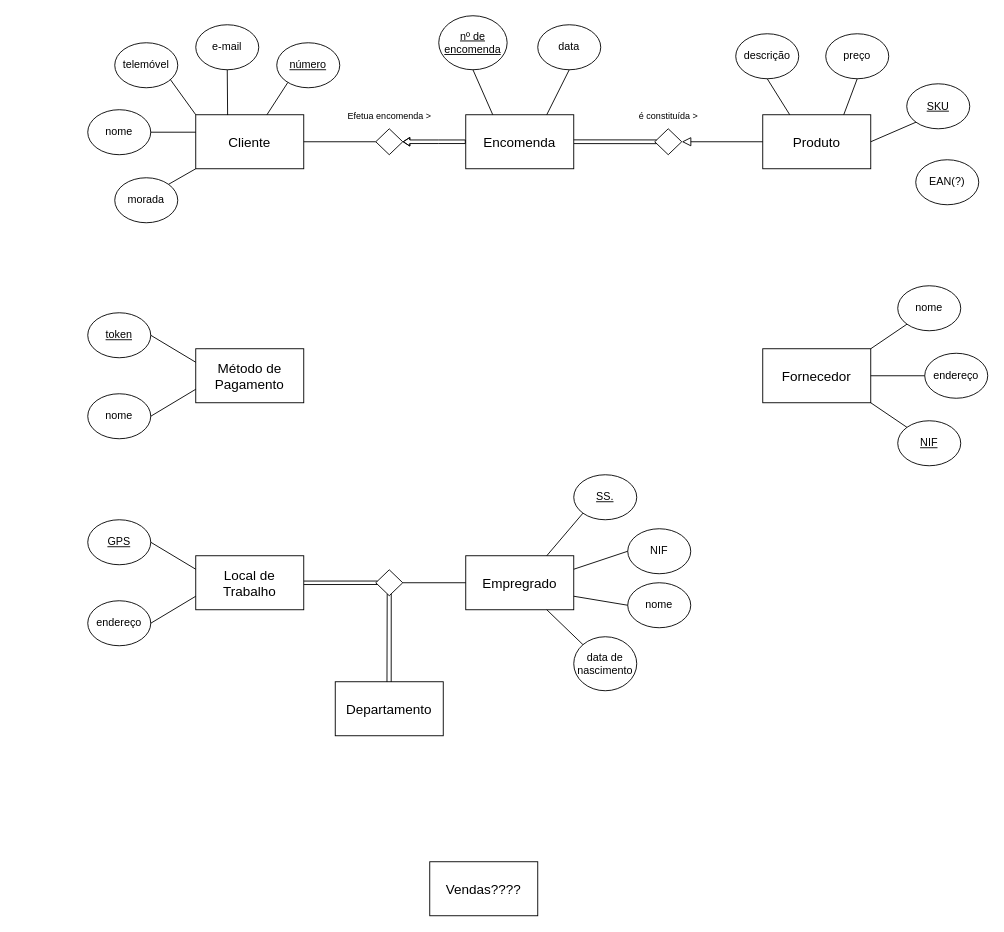
The draw.io diagram Diagrama sem nome.drawio in GreenMemory16/BD-2022-2023, before the edit. Source tidied: cells renumbered, new cells numbered last; positions are measured from the earlier drawing's top-left corner, leaving out a move shared by most shapes. Both pictures are drawn from the tidied source at 90%, with x=0, y=0 at pixel (87, 15).
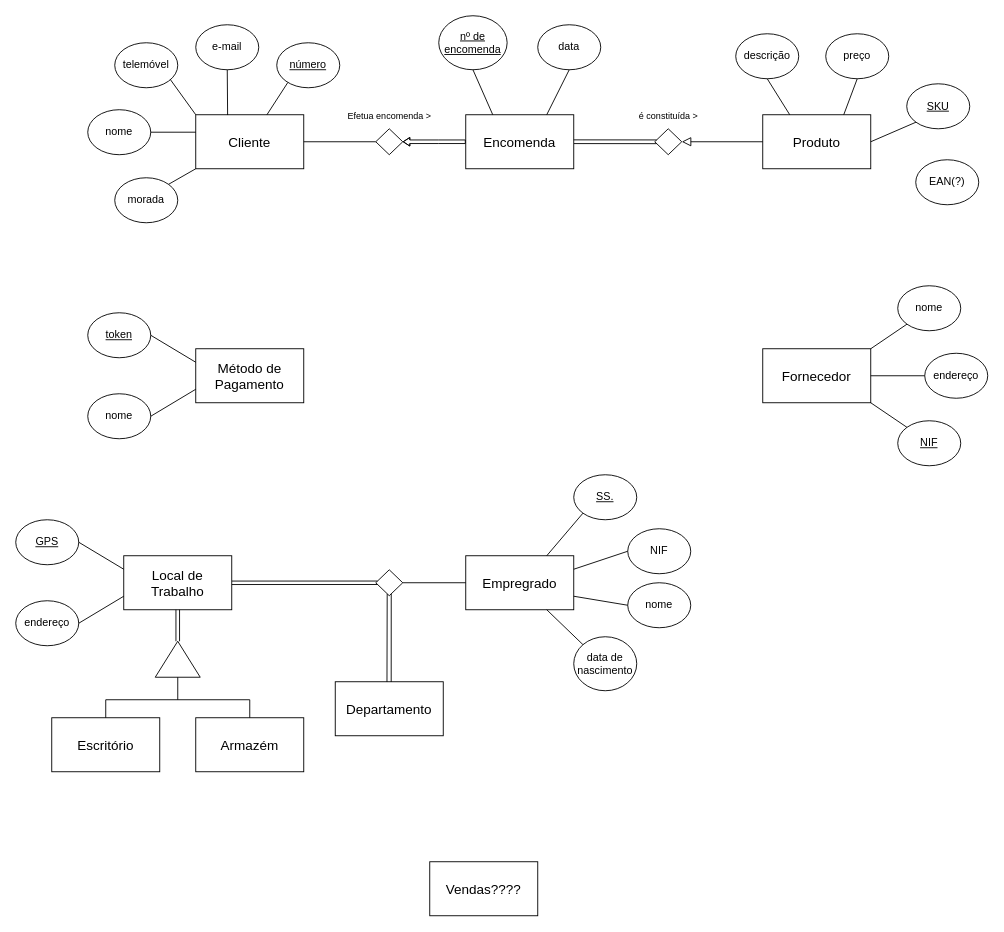
After the change.

Commit message:
Escritórios ou Armazéns

Change to the diagram source:
```diff
@@
     <mxCell id="41" value="&lt;font style=&quot;font-size: 15px;&quot;&gt;Local de Trabalho&lt;/font&gt;" style="rounded=0;whiteSpace=wrap;html=1;" parent="1" vertex="1">
-      <mxGeometry x="120" y="600" width="120" height="60" as="geometry" />
+      <mxGeometry x="40" y="600" width="120" height="60" as="geometry" />
     </mxCell>
@@
     <mxCell id="52" value="&lt;u&gt;GPS&lt;/u&gt;" style="ellipse;whiteSpace=wrap;html=1;" parent="1" vertex="1">
-      <mxGeometry y="560" width="70" height="50" as="geometry" />
+      <mxGeometry x="-80" y="560" width="70" height="50" as="geometry" />
     </mxCell>
     <mxCell id="53" value="endereço" style="ellipse;whiteSpace=wrap;html=1;" parent="1" vertex="1">
-      <mxGeometry y="650" width="70" height="50" as="geometry" />
+      <mxGeometry x="-80" y="650" width="70" height="50" as="geometry" />
     </mxCell>
@@
+    <mxCell id="69" value="&lt;font style=&quot;font-size: 15px;&quot;&gt;Escritório&lt;/font&gt;" style="rounded=0;whiteSpace=wrap;html=1;" parent="1" vertex="1">
+      <mxGeometry x="-40" y="780" width="120" height="60" as="geometry" />
+    </mxCell>
+    <mxCell id="70" value="&lt;font style=&quot;font-size: 15px;&quot;&gt;Armazém&lt;/font&gt;" style="rounded=0;whiteSpace=wrap;html=1;" parent="1" vertex="1">
+      <mxGeometry x="120" y="780" width="120" height="60" as="geometry" />
+    </mxCell>
+    <mxCell id="71" style="triangle;whiteSpace=wrap;html=1;rotation=-90;" parent="1" vertex="1">
+      <mxGeometry x="80" y="690" width="40" height="50" as="geometry" />
+    </mxCell>
+    <mxCell id="72" style="endArrow=none;html=1;rounded=0;" parent="1" edge="1">
+      <mxGeometry relative="1" as="geometry">
+        <mxPoint x="20" y="760" as="sourcePoint" />
+        <mxPoint x="180" y="760" as="targetPoint" />
+      </mxGeometry>
+    </mxCell>
+    <mxCell id="73" style="endArrow=none;html=1;rounded=0;exitX=0.5;exitY=0;exitDx=0;exitDy=0;" parent="1" edge="1" source="69">
+      <mxGeometry relative="1" as="geometry">
+        <mxPoint x="20" y="760" as="targetPoint" />
+      </mxGeometry>
+    </mxCell>
+    <mxCell id="74" style="endArrow=none;html=1;rounded=0;exitX=0.5;exitY=0;exitDx=0;exitDy=0;" parent="1" edge="1" source="70">
+      <mxGeometry relative="1" as="geometry">
+        <mxPoint x="180" y="760" as="targetPoint" />
+      </mxGeometry>
+    </mxCell>
+    <mxCell id="75" style="endArrow=none;html=1;rounded=0;exitX=0;exitY=0.5;exitDx=0;exitDy=0;" parent="1" edge="1" source="71">
+      <mxGeometry relative="1" as="geometry">
+        <mxPoint x="100" y="760" as="targetPoint" />
+      </mxGeometry>
+    </mxCell>
+    <mxCell id="76" style="shape=link;html=1;rounded=0;entryX=0.5;entryY=1;entryDx=0;entryDy=0;exitX=1;exitY=0.5;exitDx=0;exitDy=0;" parent="1" edge="1" source="71" target="41">
+      <mxGeometry relative="1" as="geometry" />
+    </mxCell>
```
